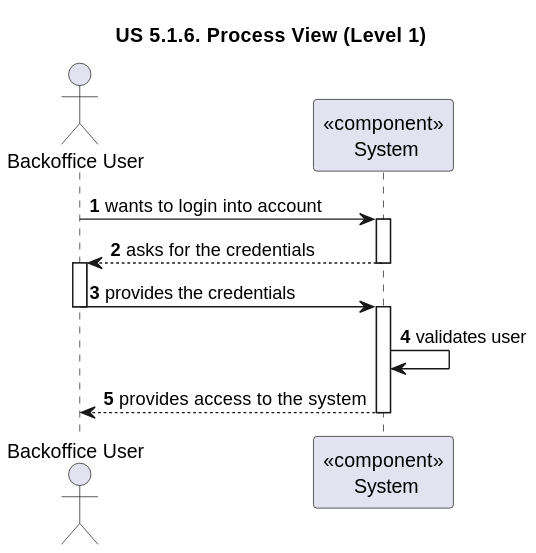
Before: docs/sprint-1/us-5.1.6/Process_View/Level-1/us6-process-view-lvl1.svg, a diagram exported from PlantUML (rita-barbosa/LAPR5-2425). The source it was exported from:
```plantuml
@startuml

title "US 5.1.6. Process View (Level 1)"

autonumber

actor "Backoffice User" as BACK
participant "<<component>>\n System" as SYS

BACK -> SYS : wants to login into account
activate SYS

SYS --> BACK : asks for the credentials
deactivate SYS
activate BACK

BACK -> SYS : provides the credentials
deactivate BACK
activate SYS

SYS -> SYS : validates user

SYS --> BACK : provides access to the system
deactivate SYS
@enduml
```
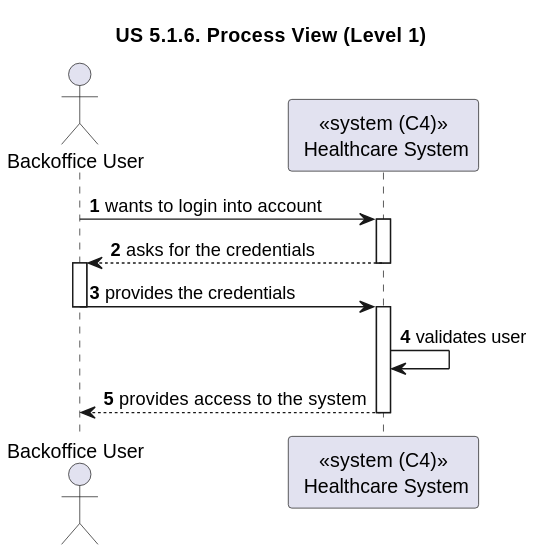
The same file after the commit.

Commit message:
DG38-9 | docs: process view diagrams update

Diff of the diagram source:
```diff
@@ -5,7 +5,7 @@
 autonumber
 
 actor "Backoffice User" as BACK
-participant "<<component>>\n System" as SYS
+participant "<<system (C4)>>\n Healthcare System" as SYS
 
 BACK -> SYS : wants to login into account
 activate SYS
```
